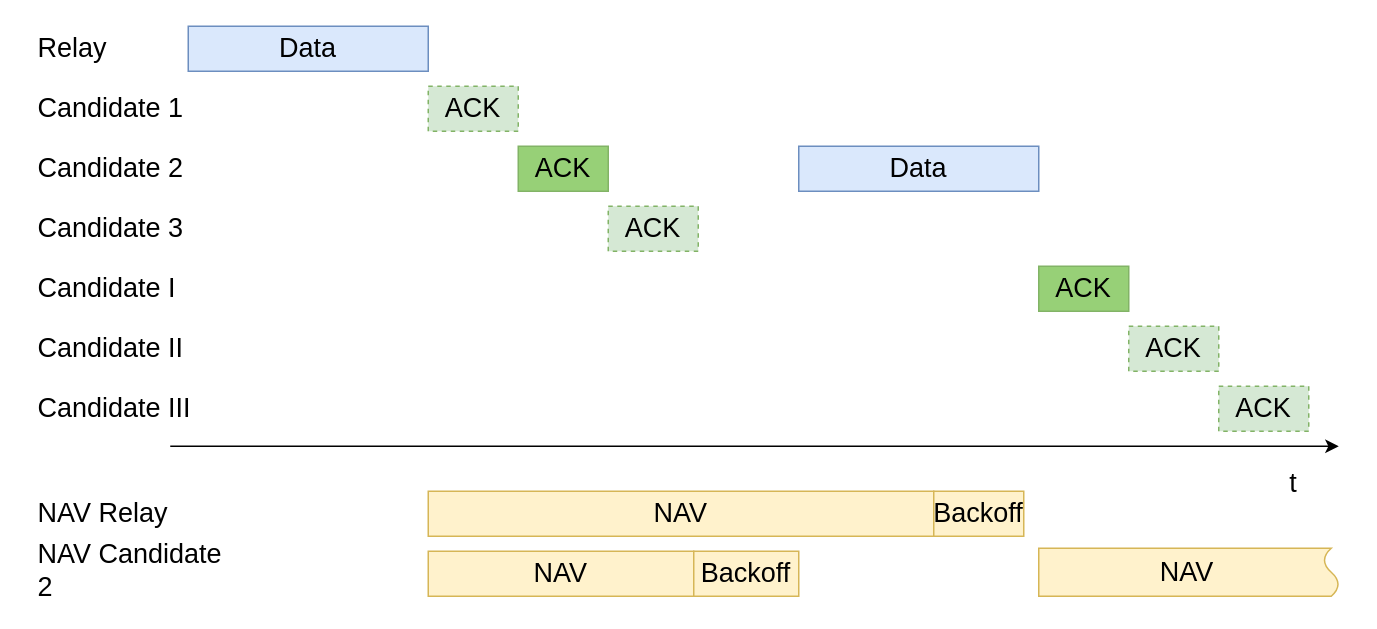
This is slottedACK.drawio from saroesler/Pictures, a draw.io file, before an edit. Source tidied: cells renumbered, new cells numbered last; positions are measured from the earlier drawing's top-left corner, leaving out a move shared by most shapes. Both pictures are drawn from the tidied source at 150%, with x=0, y=0 at pixel (34, 26).
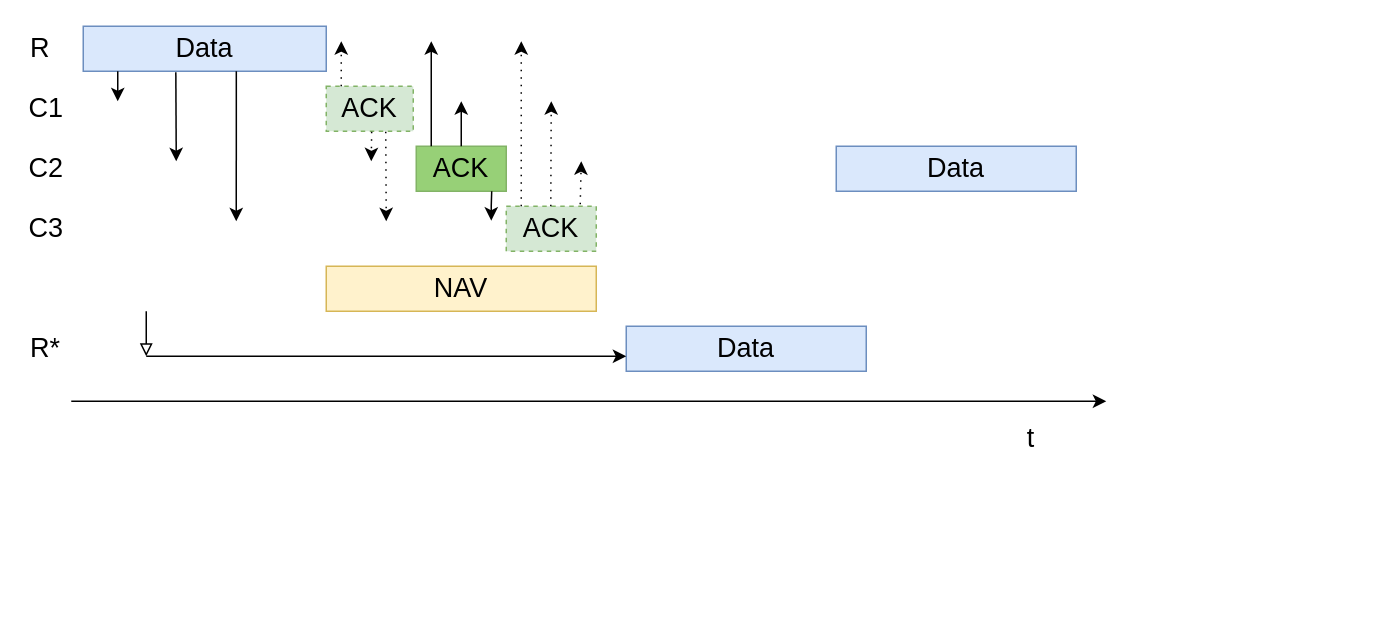
Above is the later version.

Commit message:
eine kommunicaktion

What changed in the source:
```diff
@@
     <mxCell id="2" style="endArrow=classic;html=1;rounded=0;" parent="1" edge="1">
       <mxGeometry relative="1" as="geometry">
-        <mxPoint x="90" y="280" as="sourcePoint" />
-        <mxPoint x="869" y="280" as="targetPoint" />
+        <mxPoint x="24" y="250" as="sourcePoint" />
+        <mxPoint x="714" y="250" as="targetPoint" />
       </mxGeometry>
     </mxCell>
     <mxCell id="3" value="Data" style="rounded=0;whiteSpace=wrap;html=1;fontSize=18;fillColor=#dae8fc;strokeColor=#6c8ebf;" parent="1" vertex="1">
-      <mxGeometry x="102" width="160" height="30" as="geometry" />
+      <mxGeometry x="32" width="162" height="30" as="geometry" />
     </mxCell>
     <mxCell id="4" value="ACK" style="rounded=0;whiteSpace=wrap;html=1;fontSize=18;fillColor=#d5e8d4;strokeColor=#82b366;dashed=1;" parent="1" vertex="1">
-      <mxGeometry x="262" y="40" width="60" height="30" as="geometry" />
+      <mxGeometry x="194" y="40" width="58" height="30" as="geometry" />
     </mxCell>
     <mxCell id="5" value="ACK" style="rounded=0;whiteSpace=wrap;html=1;fontSize=18;fillColor=#97D077;strokeColor=#82b366;" parent="1" vertex="1">
-      <mxGeometry x="322" y="80" width="60" height="30" as="geometry" />
+      <mxGeometry x="254" y="80" width="60" height="30" as="geometry" />
     </mxCell>
     <mxCell id="6" value="ACK" style="rounded=0;whiteSpace=wrap;html=1;fontSize=18;fillColor=#d5e8d4;strokeColor=#82b366;dashed=1;" parent="1" vertex="1">
-      <mxGeometry x="382" y="120" width="60" height="30" as="geometry" />
+      <mxGeometry x="314" y="120" width="60" height="30" as="geometry" />
     </mxCell>
-    <mxCell id="7" value="Data" style="rounded=0;whiteSpace=wrap;html=1;fontSize=18;fillColor=#dae8fc;strokeColor=#6c8ebf;" parent="1" vertex="1">
-      <mxGeometry x="509" y="80" width="160" height="30" as="geometry" />
-    </mxCell>
-    <mxCell id="8" value="ACK" style="rounded=0;whiteSpace=wrap;html=1;fontSize=18;fillColor=#97D077;strokeColor=#82b366;" parent="1" vertex="1">
-      <mxGeometry x="669" y="160" width="60" height="30" as="geometry" />
-    </mxCell>
-    <mxCell id="9" value="ACK" style="rounded=0;whiteSpace=wrap;html=1;fontSize=18;fillColor=#d5e8d4;strokeColor=#82b366;dashed=1;" parent="1" vertex="1">
-      <mxGeometry x="729" y="200" width="60" height="30" as="geometry" />
-    </mxCell>
-    <mxCell id="10" value="ACK" style="rounded=0;whiteSpace=wrap;html=1;fontSize=18;fillColor=#d5e8d4;strokeColor=#82b366;dashed=1;" parent="1" vertex="1">
-      <mxGeometry x="789" y="240" width="60" height="30" as="geometry" />
-    </mxCell>
-    <mxCell id="11" value="Relay" style="text;html=1;strokeColor=none;fillColor=none;align=left;verticalAlign=middle;whiteSpace=wrap;rounded=0;fontSize=18;" parent="1" vertex="1">
-      <mxGeometry width="60" height="30" as="geometry" />
+    <mxCell id="11" value="R" style="text;html=1;strokeColor=none;fillColor=none;align=left;verticalAlign=middle;whiteSpace=wrap;rounded=0;fontSize=18;" parent="1" vertex="1">
+      <mxGeometry x="-5" width="60" height="30" as="geometry" />
     </mxCell>
-    <mxCell id="12" value="Candidate 1" style="text;html=1;strokeColor=none;fillColor=none;align=left;verticalAlign=middle;whiteSpace=wrap;rounded=0;fontSize=18;" parent="1" vertex="1">
-      <mxGeometry y="40" width="100" height="30" as="geometry" />
+    <mxCell id="12" value="C1" style="text;html=1;strokeColor=none;fillColor=none;align=left;verticalAlign=middle;whiteSpace=wrap;rounded=0;fontSize=18;" parent="1" vertex="1">
+      <mxGeometry x="-6" y="40" width="40" height="30" as="geometry" />
     </mxCell>
-    <mxCell id="13" value="Candidate 2" style="text;html=1;strokeColor=none;fillColor=none;align=left;verticalAlign=middle;whiteSpace=wrap;rounded=0;fontSize=18;" parent="1" vertex="1">
-      <mxGeometry y="80" width="100" height="30" as="geometry" />
+    <mxCell id="13" value="C2" style="text;html=1;strokeColor=none;fillColor=none;align=left;verticalAlign=middle;whiteSpace=wrap;rounded=0;fontSize=18;" parent="1" vertex="1">
+      <mxGeometry x="-6" y="80" width="40" height="30" as="geometry" />
     </mxCell>
-    <mxCell id="14" value="Candidate 3" style="text;html=1;strokeColor=none;fillColor=none;align=left;verticalAlign=middle;whiteSpace=wrap;rounded=0;fontSize=18;" parent="1" vertex="1">
-      <mxGeometry y="120" width="100" height="30" as="geometry" />
+    <mxCell id="14" value="C3" style="text;html=1;strokeColor=none;fillColor=none;align=left;verticalAlign=middle;whiteSpace=wrap;rounded=0;fontSize=18;" parent="1" vertex="1">
+      <mxGeometry x="-6" y="120" width="100" height="30" as="geometry" />
     </mxCell>
-    <mxCell id="15" value="NAV" style="rounded=0;whiteSpace=wrap;html=1;fontSize=18;fillColor=#fff2cc;strokeColor=#d6b656;" parent="1" vertex="1">
-      <mxGeometry x="262" y="310" width="337" height="30" as="geometry" />
-    </mxCell>
-    <mxCell id="16" value="Backoff" style="rounded=0;whiteSpace=wrap;html=1;fontSize=18;fillColor=#fff2cc;strokeColor=#d6b656;" parent="1" vertex="1">
-      <mxGeometry x="599" y="310" width="60" height="30" as="geometry" />
-    </mxCell>
     <mxCell id="17" value="NAV" style="rounded=0;whiteSpace=wrap;html=1;fontSize=18;fillColor=#fff2cc;strokeColor=#d6b656;" parent="1" vertex="1">
-      <mxGeometry x="262" y="350" width="177" height="30" as="geometry" />
+      <mxGeometry x="194" y="160" width="180" height="30" as="geometry" />
     </mxCell>
-    <mxCell id="18" value="Backoff" style="rounded=0;whiteSpace=wrap;html=1;fontSize=18;fillColor=#fff2cc;strokeColor=#d6b656;" parent="1" vertex="1">
-      <mxGeometry x="439" y="350" width="70" height="30" as="geometry" />
-    </mxCell>
-    <mxCell id="19" value="NAV" style="shape=document;whiteSpace=wrap;html=1;boundedLbl=1;shadow=0;sketch=0;strokeColor=#d6b656;strokeWidth=1;fontSize=18;fillColor=#fff2cc;direction=north;size=0.05;" parent="1" vertex="1">
-      <mxGeometry x="669" y="348" width="200" height="32" as="geometry" />
-    </mxCell>
-    <mxCell id="20" value="NAV Relay" style="text;html=1;strokeColor=none;fillColor=none;align=left;verticalAlign=middle;whiteSpace=wrap;rounded=0;fontSize=18;" parent="1" vertex="1">
-      <mxGeometry y="310" width="100" height="30" as="geometry" />
-    </mxCell>
-    <mxCell id="21" value="NAV Candidate 2" style="text;html=1;strokeColor=none;fillColor=none;align=left;verticalAlign=middle;whiteSpace=wrap;rounded=0;fontSize=18;" parent="1" vertex="1">
-      <mxGeometry y="348" width="139" height="30" as="geometry" />
-    </mxCell>
-    <mxCell id="22" value="Candidate I" style="text;html=1;strokeColor=none;fillColor=none;align=left;verticalAlign=middle;whiteSpace=wrap;rounded=0;fontSize=18;" parent="1" vertex="1">
-      <mxGeometry y="160" width="100" height="30" as="geometry" />
-    </mxCell>
-    <mxCell id="23" value="Candidate II" style="text;html=1;strokeColor=none;fillColor=none;align=left;verticalAlign=middle;whiteSpace=wrap;rounded=0;fontSize=18;" parent="1" vertex="1">
-      <mxGeometry y="200" width="100" height="30" as="geometry" />
-    </mxCell>
-    <mxCell id="24" value="Candidate III" style="text;html=1;strokeColor=none;fillColor=none;align=left;verticalAlign=middle;whiteSpace=wrap;rounded=0;fontSize=18;" parent="1" vertex="1">
-      <mxGeometry y="240" width="114" height="30" as="geometry" />
-    </mxCell>
     <mxCell id="25" value="t" style="text;html=1;strokeColor=none;fillColor=none;align=center;verticalAlign=middle;whiteSpace=wrap;rounded=0;shadow=0;sketch=0;strokeWidth=1;fontSize=18;" parent="1" vertex="1">
-      <mxGeometry x="809" y="290" width="60" height="30" as="geometry" />
+      <mxGeometry x="634" y="260" width="60" height="30" as="geometry" />
     </mxCell>
+    <mxCell id="26" value="Data" style="rounded=0;whiteSpace=wrap;html=1;fontSize=18;fillColor=#dae8fc;strokeColor=#6c8ebf;" parent="1" vertex="1">
+      <mxGeometry x="394" y="200" width="160" height="30" as="geometry" />
+    </mxCell>
+    <mxCell id="27" value="R*" style="text;html=1;strokeColor=none;fillColor=none;align=left;verticalAlign=middle;whiteSpace=wrap;rounded=0;fontSize=18;" parent="1" vertex="1">
+      <mxGeometry x="-5" y="200" width="60" height="30" as="geometry" />
+    </mxCell>
+    <mxCell id="28" style="endArrow=classic;html=1;rounded=0;fontSize=18;" parent="1" edge="1">
+      <mxGeometry relative="1" as="geometry">
+        <mxPoint x="55" y="30" as="sourcePoint" />
+        <mxPoint x="55" y="50" as="targetPoint" />
+      </mxGeometry>
+    </mxCell>
+    <mxCell id="29" style="endArrow=classic;html=1;rounded=0;fontSize=18;exitX=0.381;exitY=1.022;exitDx=0;exitDy=0;exitPerimeter=0;" parent="1" edge="1" source="3">
+      <mxGeometry relative="1" as="geometry">
+        <mxPoint x="94" y="90" as="targetPoint" />
+      </mxGeometry>
+    </mxCell>
+    <mxCell id="30" style="endArrow=classic;html=1;rounded=0;fontSize=18;exitX=0.63;exitY=1;exitDx=0;exitDy=0;exitPerimeter=0;" parent="1" edge="1" source="3">
+      <mxGeometry relative="1" as="geometry">
+        <mxPoint x="134" y="130" as="targetPoint" />
+      </mxGeometry>
+    </mxCell>
+    <mxCell id="31" style="endArrow=classic;html=1;rounded=0;fontSize=18;dashed=1;dashPattern=1 4;" parent="1" edge="1">
+      <mxGeometry relative="1" as="geometry">
+        <mxPoint x="204" y="40" as="sourcePoint" />
+        <mxPoint x="204" y="10" as="targetPoint" />
+      </mxGeometry>
+    </mxCell>
+    <mxCell id="32" style="endArrow=classic;html=1;rounded=0;fontSize=18;exitX=0.522;exitY=1.012;exitDx=0;exitDy=0;exitPerimeter=0;dashed=1;dashPattern=1 4;" parent="1" edge="1" source="4">
+      <mxGeometry relative="1" as="geometry">
+        <mxPoint x="224" y="90" as="targetPoint" />
+      </mxGeometry>
+    </mxCell>
+    <mxCell id="33" style="endArrow=classic;html=1;rounded=0;fontSize=18;exitX=0.684;exitY=1.012;exitDx=0;exitDy=0;exitPerimeter=0;dashed=1;dashPattern=1 4;" parent="1" edge="1" source="4">
+      <mxGeometry relative="1" as="geometry">
+        <mxPoint x="234" y="130" as="targetPoint" />
+      </mxGeometry>
+    </mxCell>
+    <mxCell id="34" style="endArrow=classic;html=1;rounded=0;fontSize=18;exitX=0.522;exitY=1.012;exitDx=0;exitDy=0;exitPerimeter=0;" parent="1" edge="1">
+      <mxGeometry relative="1" as="geometry">
+        <mxPoint x="304.3" y="110" as="sourcePoint" />
+        <mxPoint x="304" y="129.6" as="targetPoint" />
+        <Array as="points">
+          <mxPoint x="304" y="119.6" />
+        </Array>
+      </mxGeometry>
+    </mxCell>
+    <mxCell id="35" style="endArrow=classic;html=1;rounded=0;fontSize=18;exitX=0.5;exitY=0;exitDx=0;exitDy=0;" parent="1" edge="1" source="5">
+      <mxGeometry relative="1" as="geometry">
+        <mxPoint x="284" y="50" as="targetPoint" />
+        <Array as="points">
+          <mxPoint x="284" y="70" />
+        </Array>
+      </mxGeometry>
+    </mxCell>
+    <mxCell id="36" style="endArrow=classic;html=1;rounded=0;fontSize=18;exitX=0.5;exitY=0;exitDx=0;exitDy=0;" parent="1" edge="1">
+      <mxGeometry relative="1" as="geometry">
+        <mxPoint x="264" y="80" as="sourcePoint" />
+        <mxPoint x="264" y="10" as="targetPoint" />
+        <Array as="points">
+          <mxPoint x="264" y="70" />
+        </Array>
+      </mxGeometry>
+    </mxCell>
+    <mxCell id="37" style="endArrow=classic;html=1;rounded=0;fontSize=18;exitX=0.822;exitY=-0.046;exitDx=0;exitDy=0;exitPerimeter=0;dashed=1;dashPattern=1 4;" parent="1" edge="1" source="6">
+      <mxGeometry relative="1" as="geometry">
+        <mxPoint x="364" y="90" as="targetPoint" />
+      </mxGeometry>
+    </mxCell>
+    <mxCell id="38" style="endArrow=classic;html=1;rounded=0;fontSize=18;exitX=0.822;exitY=-0.046;exitDx=0;exitDy=0;exitPerimeter=0;dashed=1;dashPattern=1 4;" parent="1" edge="1">
+      <mxGeometry relative="1" as="geometry">
+        <mxPoint x="343.7" y="120" as="sourcePoint" />
+        <mxPoint x="344" y="50" as="targetPoint" />
+      </mxGeometry>
+    </mxCell>
+    <mxCell id="39" style="endArrow=classic;html=1;rounded=0;fontSize=18;exitX=0.822;exitY=-0.046;exitDx=0;exitDy=0;exitPerimeter=0;dashed=1;dashPattern=1 4;" parent="1" edge="1">
+      <mxGeometry relative="1" as="geometry">
+        <mxPoint x="324" y="120" as="sourcePoint" />
+        <mxPoint x="324" y="10" as="targetPoint" />
+      </mxGeometry>
+    </mxCell>
+    <mxCell id="40" style="endArrow=classic;html=1;rounded=0;fontSize=18;entryX=0;entryY=0.667;entryDx=0;entryDy=0;entryPerimeter=0;" parent="1" edge="1" target="26">
+      <mxGeometry relative="1" as="geometry">
+        <mxPoint x="74" y="220" as="sourcePoint" />
+        <Array as="points">
+          <mxPoint x="184" y="220" />
+          <mxPoint x="324" y="220" />
+        </Array>
+      </mxGeometry>
+    </mxCell>
+    <mxCell id="41" style="endArrow=block;html=1;rounded=0;fontSize=18;endFill=0;" parent="1" edge="1">
+      <mxGeometry relative="1" as="geometry">
+        <mxPoint x="74" y="190" as="sourcePoint" />
+        <mxPoint x="74" y="220" as="targetPoint" />
+        <Array as="points">
+          <mxPoint x="74" y="200" />
+        </Array>
+      </mxGeometry>
+    </mxCell>
+    <mxCell id="42" value="Data" style="rounded=0;whiteSpace=wrap;html=1;fontSize=18;fillColor=#dae8fc;strokeColor=#6c8ebf;" parent="1" vertex="1">
+      <mxGeometry x="534" y="80" width="160" height="30" as="geometry" />
+    </mxCell>
```
